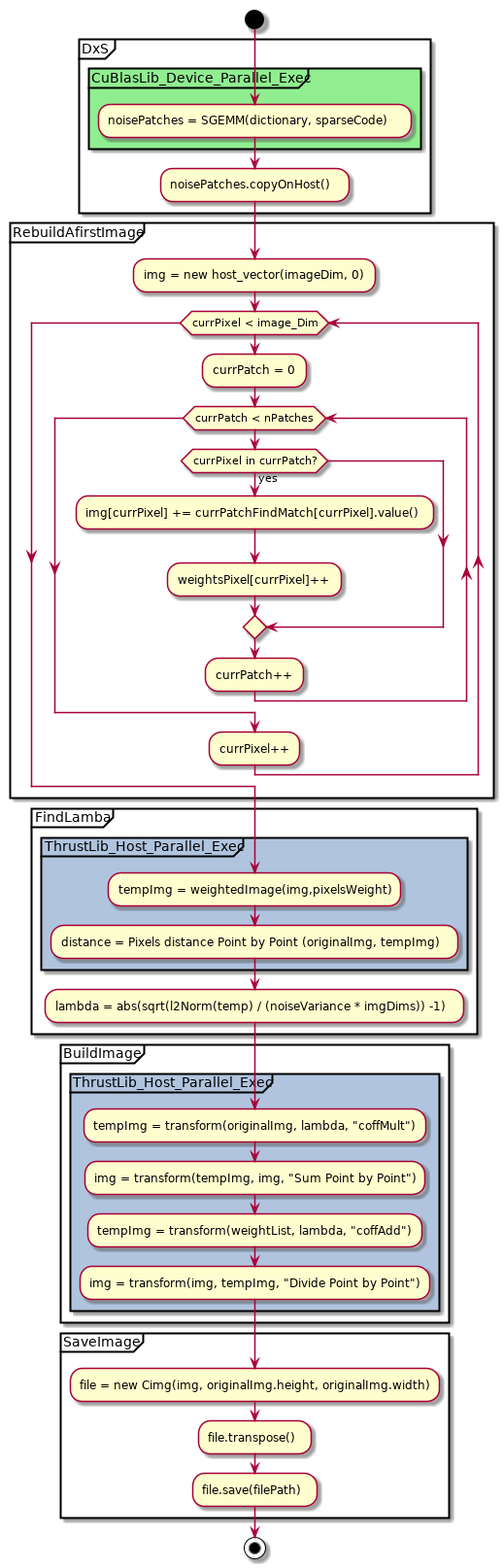
Above: uml/out/uml/src/BuildImageDenoisedDiagram.png in newfla/CUDA-K-SVD-Denoising (PlantUML), before the change.
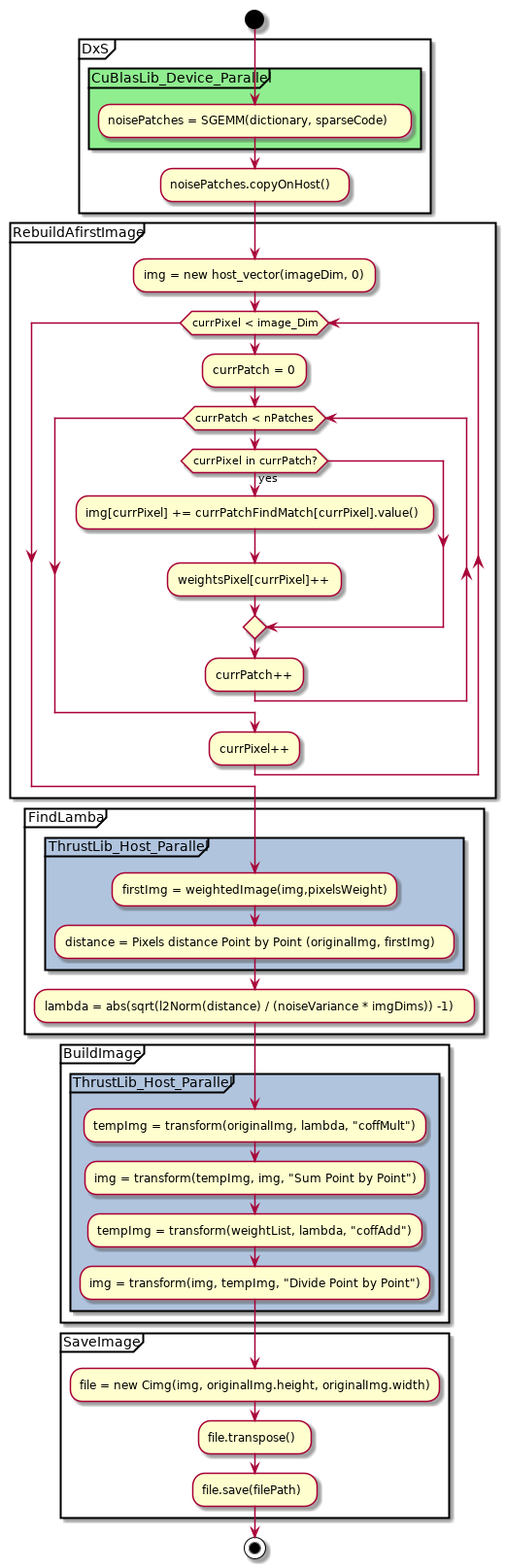
After the change.

Diff of the diagram source:
```diff
@@ -3,7 +3,7 @@
 start
 
 partition DxS {
-    partition CuBlasLib_Device_Parallel_Exec #LightGreen{
+    partition CuBlasLib_Device_Parallel #LightGreen{
         :noisePatches = SGEMM(dictionary, sparseCode);
     }
     :noisePatches.copyOnHost();
@@ -26,16 +26,16 @@
 }
 
 partition FindLamba {
-    partition ThrustLib_Host_Parallel_Exec #LightSteelBlue{
-        :tempImg = weightedImage(img,pixelsWeight);
-        :distance = Pixels distance Point by Point (originalImg, tempImg);
+    partition ThrustLib_Host_Parallel #LightSteelBlue{
+        :firstImg = weightedImage(img,pixelsWeight);
+        :distance = Pixels distance Point by Point (originalImg, firstImg);
     }
 
-    :lambda = abs(sqrt(l2Norm(temp) / (noiseVariance * imgDims)) -1);
+    :lambda = abs(sqrt(l2Norm(distance) / (noiseVariance * imgDims)) -1);
 }
 
 partition BuildImage {
-    partition ThrustLib_Host_Parallel_Exec #LightSteelBlue{
+    partition ThrustLib_Host_Parallel #LightSteelBlue{
         :tempImg = transform(originalImg, lambda, "coffMult");
         :img = transform(tempImg, img, "Sum Point by Point");
         :tempImg = transform(weightList, lambda, "coffAdd");
```
